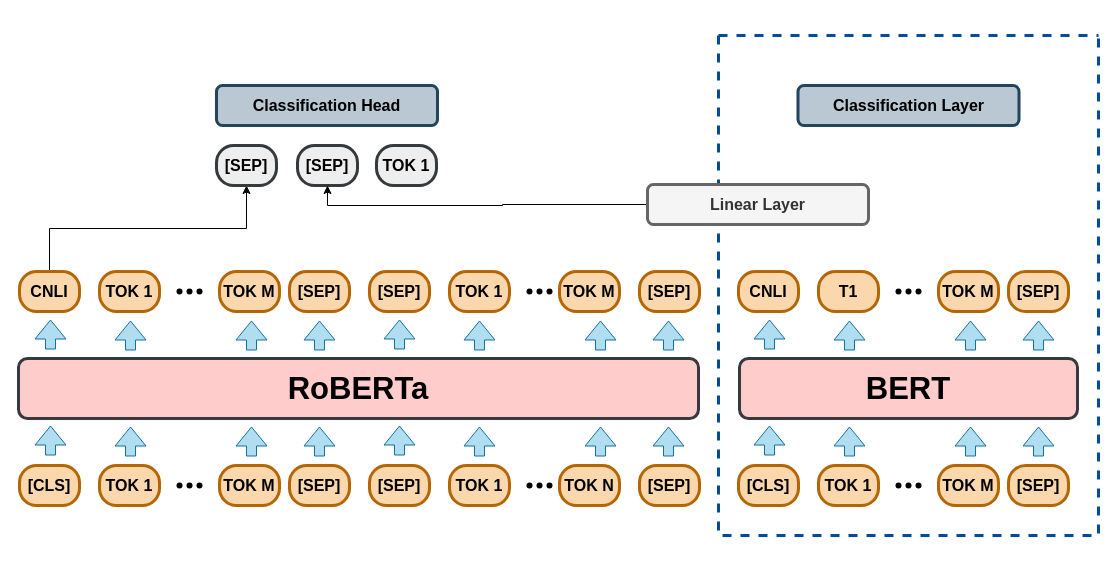
This is RoBERTa.drawio from JinboYao/mentalHealthPrediction, a draw.io file, before an edit. Source tidied: cells renumbered, new cells numbered last; positions are measured from the earlier drawing's top-left corner, leaving out a move shared by most shapes. Both pictures are drawn from the tidied source at 100%, with x=0, y=0 at pixel (18, 35).
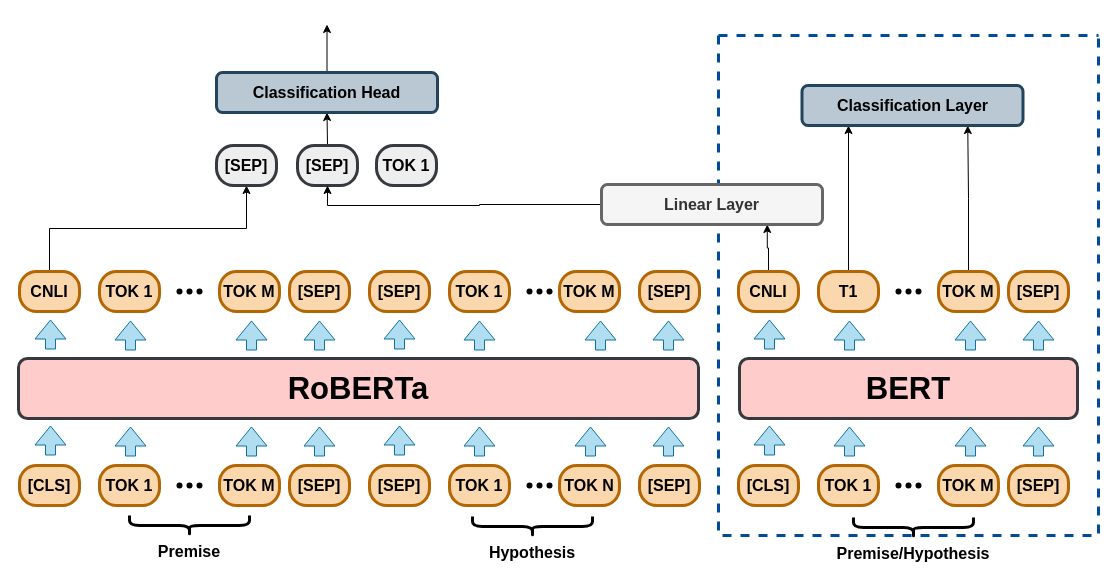
The same page after the edit.

The change refers to these unchanged cells:
```xml
<mxCell id="49" value="[SEP]" style="whiteSpace=wrap;align=center;verticalAlign=middle;fontStyle=1;strokeWidth=3;fillColor=#eeeeee;strokeColor=#36393d;rounded=1;arcSize=43;fontSize=16;" parent="1" vertex="1">
  <mxGeometry x="279" y="110" width="60" height="40" as="geometry" />
</mxCell>
<mxCell id="63" value="CNLI" style="whiteSpace=wrap;align=center;verticalAlign=middle;fontStyle=1;strokeWidth=3;fillColor=#fad7ac;strokeColor=#b46504;rounded=1;arcSize=43;fontSize=16;" parent="1" vertex="1">
  <mxGeometry x="720" y="236" width="60" height="40" as="geometry" />
</mxCell>
<mxCell id="64" value="T1" style="whiteSpace=wrap;align=center;verticalAlign=middle;fontStyle=1;strokeWidth=3;fillColor=#fad7ac;strokeColor=#b46504;rounded=1;arcSize=43;flipH=1;fontSize=16;" parent="1" vertex="1">
  <mxGeometry x="800" y="236" width="60" height="40" as="geometry" />
</mxCell>
<mxCell id="65" value="TOK M" style="whiteSpace=wrap;align=center;verticalAlign=middle;fontStyle=1;strokeWidth=3;fillColor=#fad7ac;strokeColor=#b46504;rounded=1;arcSize=43;fontSize=16;" parent="1" vertex="1">
  <mxGeometry x="920" y="236" width="60" height="40" as="geometry" />
</mxCell>
```

What changed in the source:
```diff
@@
     <mxCell id="23" style="shape=flexArrow;endArrow=classic;html=1;rounded=0;fillColor=#b1ddf0;strokeColor=#10739e;" parent="1" edge="1">
       <mxGeometry relative="1" as="geometry">
-        <mxPoint x="582" y="421" as="sourcePoint" />
-        <mxPoint x="582" y="391" as="targetPoint" />
+        <mxPoint x="572" y="421" as="sourcePoint" />
+        <mxPoint x="572" y="391" as="targetPoint" />
       </mxGeometry>
     </mxCell>
@@
+    <mxCell id="79" style="edgeStyle=orthogonalEdgeStyle;rounded=0;jettySize=auto;html=1;exitX=0.5;exitY=0;exitDx=0;exitDy=0;entryX=0.5;entryY=1;entryDx=0;entryDy=0;" parent="1" edge="1" source="49" target="51">
+      <mxGeometry relative="1" as="geometry" />
+    </mxCell>
@@
+    <mxCell id="80" style="edgeStyle=orthogonalEdgeStyle;rounded=0;orthogonalLoop=1;jettySize=auto;html=1;" parent="1" edge="1">
+      <mxGeometry relative="1" as="geometry">
+        <mxPoint x="308.5" y="69" as="sourcePoint" />
+        <mxPoint x="308.5" y="-11" as="targetPoint" />
+      </mxGeometry>
+    </mxCell>
     <mxCell id="51" value="&lt;font face=&quot;Helvetica&quot; style=&quot;font-size: 16px;&quot;&gt;&lt;b style=&quot;font-size: 16px;&quot;&gt;Classification Head&lt;/b&gt;&lt;/font&gt;" style="rounded=1;whiteSpace=wrap;html=1;strokeWidth=3;fillColor=#bac8d3;strokeColor=#23445d;fontSize=16;" parent="1" vertex="1">
-      <mxGeometry x="198" y="50" width="221" height="40" as="geometry" />
+      <mxGeometry x="198" y="37" width="221" height="40" as="geometry" />
     </mxCell>
@@
+    <mxCell id="81" style="edgeStyle=orthogonalEdgeStyle;rounded=0;jettySize=auto;html=1;exitX=0.5;exitY=0;exitDx=0;exitDy=0;entryX=0.75;entryY=1;entryDx=0;entryDy=0;" parent="1" edge="1" source="63" target="78">
+      <mxGeometry relative="1" as="geometry" />
+    </mxCell>
@@
+    <mxCell id="82" style="edgeStyle=orthogonalEdgeStyle;rounded=0;jettySize=auto;html=1;exitX=0.5;exitY=0;exitDx=0;exitDy=0;" parent="1" edge="1" source="64">
+      <mxGeometry relative="1" as="geometry">
+        <mxPoint x="830" y="90" as="targetPoint" />
+      </mxGeometry>
+    </mxCell>
@@
+    <mxCell id="83" style="edgeStyle=orthogonalEdgeStyle;rounded=0;jettySize=auto;html=1;exitX=0.5;exitY=0;exitDx=0;exitDy=0;entryX=0.75;entryY=1;entryDx=0;entryDy=0;" parent="1" edge="1" source="65" target="75">
+      <mxGeometry relative="1" as="geometry" />
+    </mxCell>
@@
     <mxCell id="75" value="&lt;font style=&quot;font-size: 16px;&quot; face=&quot;Helvetica&quot;&gt;&lt;b style=&quot;font-size: 16px;&quot;&gt;Classification Layer&lt;/b&gt;&lt;/font&gt;" style="rounded=1;whiteSpace=wrap;html=1;strokeWidth=3;fillColor=#bac8d3;strokeColor=#23445d;fontSize=16;" parent="1" vertex="1">
-      <mxGeometry x="779.5" y="50" width="221" height="40" as="geometry" />
+      <mxGeometry x="783.5" y="50" width="221" height="40" as="geometry" />
     </mxCell>
@@
     <mxCell id="78" value="&lt;font style=&quot;font-size: 16px;&quot; face=&quot;Helvetica&quot;&gt;&lt;b style=&quot;font-size: 16px;&quot;&gt;Linear&amp;nbsp;&lt;/b&gt;&lt;/font&gt;&lt;b style=&quot;font-size: 16px;&quot;&gt;Layer&lt;/b&gt;" style="rounded=1;whiteSpace=wrap;html=1;strokeWidth=3;fillColor=#f5f5f5;strokeColor=#666666;fontColor=#333333;fontSize=16;" parent="1" vertex="1">
-      <mxGeometry x="629" y="149" width="221" height="40" as="geometry" />
+      <mxGeometry x="583" y="149" width="221" height="40" as="geometry" />
     </mxCell>
+    <mxCell id="84" value="&lt;b&gt;&lt;font style=&quot;font-size: 16px;&quot;&gt;Premise&lt;/font&gt;&lt;/b&gt;" style="shape=curlyBracket;whiteSpace=wrap;html=1;rounded=1;labelPosition=center;verticalLabelPosition=bottom;align=center;verticalAlign=top;flipV=1;flipH=1;direction=south;size=0.5;strokeWidth=3;" parent="1" vertex="1">
+      <mxGeometry x="111" y="480" width="120" height="20" as="geometry" />
+    </mxCell>
+    <mxCell id="85" value="&lt;b&gt;&lt;font style=&quot;font-size: 16px;&quot;&gt;Hypothesis&lt;/font&gt;&lt;/b&gt;" style="shape=curlyBracket;whiteSpace=wrap;html=1;rounded=1;labelPosition=center;verticalLabelPosition=bottom;align=center;verticalAlign=top;flipV=1;flipH=1;direction=south;size=0.5;strokeWidth=3;" parent="1" vertex="1">
+      <mxGeometry x="454" y="481" width="120" height="20" as="geometry" />
+    </mxCell>
+    <mxCell id="86" value="&lt;b&gt;&lt;font style=&quot;font-size: 16px;&quot;&gt;Premise/Hypothesis&lt;/font&gt;&lt;/b&gt;" style="shape=curlyBracket;whiteSpace=wrap;html=1;rounded=1;labelPosition=center;verticalLabelPosition=bottom;align=center;verticalAlign=top;flipV=1;flipH=1;direction=south;size=0.5;strokeWidth=3;" parent="1" vertex="1">
+      <mxGeometry x="835" y="482" width="120" height="20" as="geometry" />
+    </mxCell>
```
